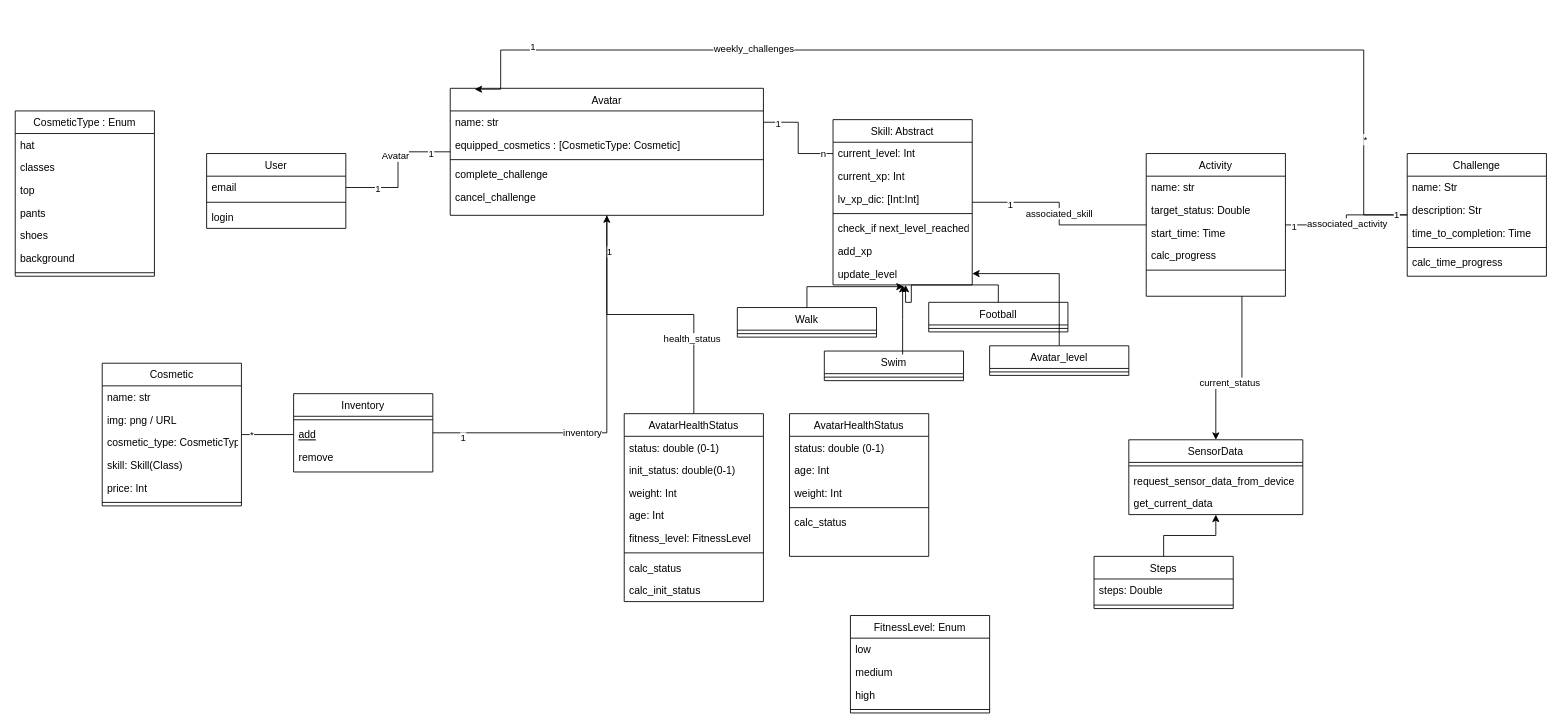
The draw.io diagram docs/class_diagramm_Fitamigo.drawio in pweissleder/junction23, before the edit. Source tidied: cells renumbered, new cells numbered last; positions are measured from the earlier drawing's top-left corner, leaving out a move shared by most shapes. Both pictures are drawn from the tidied source at 87%, with x=0, y=0 at pixel (15, 50).
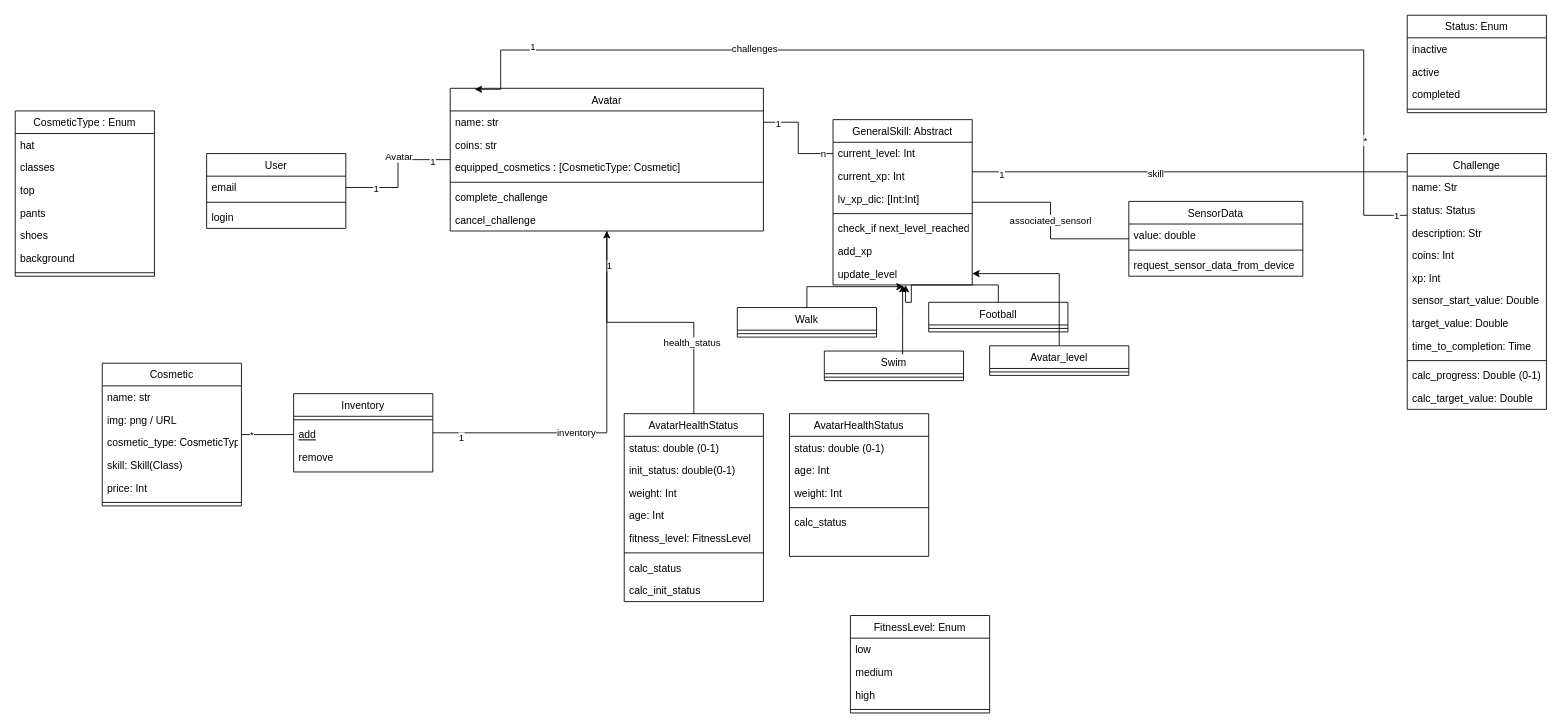
After the change.

Commit message (it also covers changes not shown here):
Adapted class diagram

The change refers to these unchanged cells:
```xml
<mxCell id="94" style="edgeStyle=orthogonalEdgeStyle;rounded=0;jettySize=auto;html=1;entryX=0.078;entryY=0.007;entryDx=0;entryDy=0;entryPerimeter=0;" parent="1" edge="1" source="66" target="18">
  <mxGeometry relative="1" as="geometry">
    <Array as="points">
      <mxPoint x="1550" y="190" />
      <mxPoint x="1550" />
      <mxPoint x="558" />
    </Array>
  </mxGeometry>
</mxCell>
```

What changed in the source:
```diff
@@
     <mxCell id="18" value="Avatar" style="swimlane;fontStyle=0;align=center;verticalAlign=top;horizontal=1;startSize=26;rounded=0;shadow=0;strokeWidth=1;" parent="1" vertex="1">
-      <mxGeometry x="500" y="44" width="360" height="146" as="geometry" />
+      <mxGeometry x="500" y="44" width="360" height="164" as="geometry" />
     </mxCell>
@@
+    <mxCell id="118" value="coins: str" style="text;align=left;verticalAlign=top;spacingLeft=4;spacingRight=4;overflow=hidden;" parent="18" vertex="1">
+      <mxGeometry y="52" width="360" height="26" as="geometry" />
+    </mxCell>
     <mxCell id="20" value="equipped_cosmetics : [CosmeticType: Cosmetic]" style="text;align=left;verticalAlign=top;spacingLeft=4;spacingRight=4;overflow=hidden;rounded=0;shadow=0;html=0;" parent="18" vertex="1">
-      <mxGeometry y="52" width="360" height="26" as="geometry" />
+      <mxGeometry y="78" width="360" height="26" as="geometry" />
     </mxCell>
     <mxCell id="21" style="line;html=1;strokeWidth=1;align=left;verticalAlign=middle;spacingTop=-1;spacingLeft=3;spacingRight=3;labelPosition=right;" parent="18" vertex="1">
-      <mxGeometry y="78" width="360" height="8" as="geometry" />
+      <mxGeometry y="104" width="360" height="8" as="geometry" />
     </mxCell>
     <mxCell id="22" value="complete_challenge" style="text;align=left;verticalAlign=top;spacingLeft=4;spacingRight=4;overflow=hidden;" parent="18" vertex="1">
-      <mxGeometry y="86" width="360" height="26" as="geometry" />
+      <mxGeometry y="112" width="360" height="26" as="geometry" />
     </mxCell>
     <mxCell id="23" value="cancel_challenge" style="text;align=left;verticalAlign=top;spacingLeft=4;spacingRight=4;overflow=hidden;" parent="18" vertex="1">
-      <mxGeometry y="112" width="360" height="26" as="geometry" />
+      <mxGeometry y="138" width="360" height="26" as="geometry" />
     </mxCell>
+    <mxCell id="119" style="edgeStyle=orthogonalEdgeStyle;rounded=0;jettySize=auto;html=1;endArrow=none;endFill=0;" parent="1" edge="1" source="24" target="66">
+      <mxGeometry relative="1" as="geometry">
+        <Array as="points">
+          <mxPoint x="1220" y="140" />
+          <mxPoint x="1220" y="140" />
+        </Array>
+      </mxGeometry>
+    </mxCell>
+    <mxCell id="120" value="1" style="edgeLabel;html=1;align=center;verticalAlign=middle;" parent="119" vertex="1">
+      <mxGeometry x="-0.87" y="-3" relative="1" as="geometry" />
+    </mxCell>
+    <mxCell id="121" value="skill" style="edgeLabel;html=1;align=center;verticalAlign=middle;" parent="119" vertex="1">
+      <mxGeometry x="-0.16" y="-2" relative="1" as="geometry" />
+    </mxCell>
-    <mxCell id="24" value="Skill: Abstract" style="swimlane;fontStyle=0;align=center;verticalAlign=top;horizontal=1;startSize=26;rounded=0;shadow=0;strokeWidth=1;" parent="1" vertex="1">
+    <mxCell id="24" value="GeneralSkill: Abstract" style="swimlane;fontStyle=0;align=center;verticalAlign=top;horizontal=1;startSize=26;rounded=0;shadow=0;strokeWidth=1;" parent="1" vertex="1">
       <mxGeometry x="940" y="80" width="160" height="190" as="geometry" />
     </mxCell>
@@
-    <mxCell id="47" value="associated_skill" style="edgeStyle=orthogonalEdgeStyle;rounded=0;jettySize=auto;html=1;endArrow=none;endFill=0;" parent="1" edge="1" source="51" target="24">
+    <mxCell id="47" value="associated_sensorl" style="edgeStyle=orthogonalEdgeStyle;rounded=0;jettySize=auto;html=1;endArrow=none;endFill=0;" parent="1" edge="1" source="83" target="24">
       <mxGeometry relative="1" as="geometry" />
     </mxCell>
-    <mxCell id="48" value="1" style="edgeLabel;html=1;align=center;verticalAlign=middle;" parent="47" vertex="1">
-      <mxGeometry x="0.62" y="2" relative="1" as="geometry" />
-    </mxCell>
-    <mxCell id="49" style="edgeStyle=orthogonalEdgeStyle;rounded=0;jettySize=auto;html=1;" parent="1" edge="1" source="51" target="83">
-      <mxGeometry relative="1" as="geometry">
-        <Array as="points">
-          <mxPoint x="1410" y="380" />
-          <mxPoint x="1380" y="380" />
-        </Array>
-      </mxGeometry>
-    </mxCell>
-    <mxCell id="50" value="current_status" style="edgeLabel;html=1;align=center;verticalAlign=middle;" parent="49" vertex="1">
-      <mxGeometry x="0.15" y="2" relative="1" as="geometry" />
-    </mxCell>
-    <mxCell id="51" value="Activity" style="swimlane;fontStyle=0;align=center;verticalAlign=top;horizontal=1;startSize=26;rounded=0;shadow=0;strokeWidth=1;" parent="1" vertex="1">
-      <mxGeometry x="1300" y="119" width="160" height="164" as="geometry" />
-    </mxCell>
-    <mxCell id="52" value="name: str" style="text;align=left;verticalAlign=top;spacingLeft=4;spacingRight=4;overflow=hidden;" parent="51" vertex="1">
-      <mxGeometry y="26" width="160" height="26" as="geometry" />
-    </mxCell>
-    <mxCell id="53" value="target_status: Double" style="text;align=left;verticalAlign=top;spacingLeft=4;spacingRight=4;overflow=hidden;" parent="51" vertex="1">
-      <mxGeometry y="52" width="160" height="26" as="geometry" />
-    </mxCell>
-    <mxCell id="54" value="start_time: Time" style="text;align=left;verticalAlign=top;spacingLeft=4;spacingRight=4;overflow=hidden;" parent="51" vertex="1">
-      <mxGeometry y="78" width="160" height="26" as="geometry" />
-    </mxCell>
-    <mxCell id="55" value="calc_progress" style="text;align=left;verticalAlign=top;spacingLeft=4;spacingRight=4;overflow=hidden;" parent="51" vertex="1">
-      <mxGeometry y="104" width="160" height="26" as="geometry" />
-    </mxCell>
-    <mxCell id="56" style="line;html=1;strokeWidth=1;align=left;verticalAlign=middle;spacingTop=-1;spacingLeft=3;spacingRight=3;labelPosition=right;" parent="51" vertex="1">
-      <mxGeometry y="130" width="160" height="8" as="geometry" />
-    </mxCell>
@@
     <mxCell id="66" value="Challenge" style="swimlane;fontStyle=0;align=center;verticalAlign=top;horizontal=1;startSize=26;rounded=0;shadow=0;strokeWidth=1;" parent="1" vertex="1">
-      <mxGeometry x="1600" y="119" width="160" height="141" as="geometry" />
+      <mxGeometry x="1600" y="119" width="160" height="294" as="geometry" />
     </mxCell>
@@
+    <mxCell id="122" value="status: Status" style="text;align=left;verticalAlign=top;spacingLeft=4;spacingRight=4;overflow=hidden;" parent="66" vertex="1">
+      <mxGeometry y="52" width="160" height="26" as="geometry" />
+    </mxCell>
+    <mxCell id="123" value="description: Str" style="text;align=left;verticalAlign=top;spacingLeft=4;spacingRight=4;overflow=hidden;" parent="66" vertex="1">
+      <mxGeometry y="78" width="160" height="26" as="geometry" />
+    </mxCell>
+    <mxCell id="124" value="coins: Int " style="text;align=left;verticalAlign=top;spacingLeft=4;spacingRight=4;overflow=hidden;" parent="66" vertex="1">
+      <mxGeometry y="104" width="160" height="26" as="geometry" />
+    </mxCell>
+    <mxCell id="125" value="xp: Int " style="text;align=left;verticalAlign=top;spacingLeft=4;spacingRight=4;overflow=hidden;" parent="66" vertex="1">
+      <mxGeometry y="130" width="160" height="26" as="geometry" />
+    </mxCell>
+    <mxCell id="126" value="sensor_start_value: Double" style="text;align=left;verticalAlign=top;spacingLeft=4;spacingRight=4;overflow=hidden;" parent="66" vertex="1">
+      <mxGeometry y="156" width="160" height="26" as="geometry" />
+    </mxCell>
-    <mxCell id="68" value="description: Str" style="text;align=left;verticalAlign=top;spacingLeft=4;spacingRight=4;overflow=hidden;" parent="66" vertex="1">
-      <mxGeometry y="52" width="160" height="26" as="geometry" />
+    <mxCell id="68" value="target_value: Double" style="text;align=left;verticalAlign=top;spacingLeft=4;spacingRight=4;overflow=hidden;" parent="66" vertex="1">
+      <mxGeometry y="182" width="160" height="26" as="geometry" />
     </mxCell>
     <mxCell id="69" value="time_to_completion: Time" style="text;align=left;verticalAlign=top;spacingLeft=4;spacingRight=4;overflow=hidden;" parent="66" vertex="1">
-      <mxGeometry y="78" width="160" height="26" as="geometry" />
+      <mxGeometry y="208" width="160" height="26" as="geometry" />
     </mxCell>
     <mxCell id="70" style="line;html=1;strokeWidth=1;align=left;verticalAlign=middle;spacingTop=-1;spacingLeft=3;spacingRight=3;labelPosition=right;" parent="66" vertex="1">
-      <mxGeometry y="104" width="160" height="8" as="geometry" />
+      <mxGeometry y="234" width="160" height="8" as="geometry" />
     </mxCell>
+    <mxCell id="127" value="calc_progress: Double (0-1)" style="text;align=left;verticalAlign=top;spacingLeft=4;spacingRight=4;overflow=hidden;" parent="66" vertex="1">
+      <mxGeometry y="242" width="160" height="26" as="geometry" />
+    </mxCell>
-    <mxCell id="71" value="calc_time_progress" style="text;align=left;verticalAlign=top;spacingLeft=4;spacingRight=4;overflow=hidden;" parent="66" vertex="1">
-      <mxGeometry y="112" width="160" height="26" as="geometry" />
+    <mxCell id="71" value="calc_target_value: Double" style="text;align=left;verticalAlign=top;spacingLeft=4;spacingRight=4;overflow=hidden;" parent="66" vertex="1">
+      <mxGeometry y="268" width="160" height="26" as="geometry" />
     </mxCell>
@@
     <mxCell id="83" value="SensorData" style="swimlane;fontStyle=0;align=center;verticalAlign=top;horizontal=1;startSize=26;rounded=0;shadow=0;strokeWidth=1;" parent="1" vertex="1">
-      <mxGeometry x="1280" y="448" width="200" height="86" as="geometry" />
+      <mxGeometry x="1280" y="174" width="200" height="86" as="geometry" />
     </mxCell>
+    <mxCell id="128" value="value: double" style="text;align=left;verticalAlign=top;spacingLeft=4;spacingRight=4;overflow=hidden;" parent="83" vertex="1">
+      <mxGeometry y="26" width="200" height="26" as="geometry" />
+    </mxCell>
     <mxCell id="84" style="line;html=1;strokeWidth=1;align=left;verticalAlign=middle;spacingTop=-1;spacingLeft=3;spacingRight=3;labelPosition=right;" parent="83" vertex="1">
-      <mxGeometry y="26" width="200" height="8" as="geometry" />
+      <mxGeometry y="52" width="200" height="8" as="geometry" />
     </mxCell>
     <mxCell id="85" value="request_sensor_data_from_device" style="text;align=left;verticalAlign=top;spacingLeft=4;spacingRight=4;overflow=hidden;" parent="83" vertex="1">
-      <mxGeometry y="34" width="200" height="26" as="geometry" />
+      <mxGeometry y="60" width="200" height="26" as="geometry" />
     </mxCell>
-    <mxCell id="86" value="get_current_data" style="text;align=left;verticalAlign=top;spacingLeft=4;spacingRight=4;overflow=hidden;" parent="83" vertex="1">
-      <mxGeometry y="60" width="200" height="26" as="geometry" />
-    </mxCell>
-    <mxCell id="87" style="edgeStyle=orthogonalEdgeStyle;rounded=0;jettySize=auto;html=1;endArrow=none;endFill=0;" parent="1" edge="1" source="66" target="51">
-      <mxGeometry relative="1" as="geometry" />
-    </mxCell>
-    <mxCell id="88" value="associated_activity" style="edgeLabel;html=1;align=center;verticalAlign=middle;" parent="87" vertex="1">
-      <mxGeometry x="0.06" relative="1" as="geometry" />
-    </mxCell>
-    <mxCell id="89" value="1" style="edgeLabel;html=1;align=center;verticalAlign=middle;" parent="87" vertex="1">
-      <mxGeometry x="0.88" y="1" relative="1" as="geometry" />
-    </mxCell>
-    <mxCell id="90" style="edgeStyle=orthogonalEdgeStyle;rounded=0;jettySize=auto;html=1;" parent="1" edge="1" source="91" target="83">
-      <mxGeometry relative="1" as="geometry" />
-    </mxCell>
-    <mxCell id="91" value="Steps" style="swimlane;fontStyle=0;align=center;verticalAlign=top;horizontal=1;startSize=26;rounded=0;shadow=0;strokeWidth=1;" parent="1" vertex="1">
-      <mxGeometry x="1240" y="582" width="160" height="60" as="geometry" />
-    </mxCell>
-    <mxCell id="92" value="steps: Double" style="text;align=left;verticalAlign=top;spacingLeft=4;spacingRight=4;overflow=hidden;" parent="91" vertex="1">
-      <mxGeometry y="26" width="160" height="26" as="geometry" />
-    </mxCell>
-    <mxCell id="93" style="line;html=1;strokeWidth=1;align=left;verticalAlign=middle;spacingTop=-1;spacingLeft=3;spacingRight=3;labelPosition=right;" parent="91" vertex="1">
-      <mxGeometry y="52" width="160" height="8" as="geometry" />
-    </mxCell>
@@
-    <mxCell id="95" value="weekly_challenges" style="edgeLabel;html=1;align=center;verticalAlign=middle;" parent="94" vertex="1">
+    <mxCell id="95" value="challenges" style="edgeLabel;html=1;align=center;verticalAlign=middle;" parent="94" vertex="1">
       <mxGeometry x="0.44" y="-2" relative="1" as="geometry" />
     </mxCell>
@@
+    <mxCell id="129" value="Status: Enum" style="swimlane;fontStyle=0;align=center;verticalAlign=top;horizontal=1;startSize=26;rounded=0;shadow=0;strokeWidth=1;" parent="1" vertex="1">
+      <mxGeometry x="1600" y="-40" width="160" height="112" as="geometry" />
+    </mxCell>
+    <mxCell id="130" value="inactive" style="text;align=left;verticalAlign=top;spacingLeft=4;spacingRight=4;overflow=hidden;" parent="129" vertex="1">
+      <mxGeometry y="26" width="160" height="26" as="geometry" />
+    </mxCell>
+    <mxCell id="131" value="active" style="text;align=left;verticalAlign=top;spacingLeft=4;spacingRight=4;overflow=hidden;" parent="129" vertex="1">
+      <mxGeometry y="52" width="160" height="26" as="geometry" />
+    </mxCell>
+    <mxCell id="132" value="completed" style="text;align=left;verticalAlign=top;spacingLeft=4;spacingRight=4;overflow=hidden;" parent="129" vertex="1">
+      <mxGeometry y="78" width="160" height="26" as="geometry" />
+    </mxCell>
+    <mxCell id="133" style="line;html=1;strokeWidth=1;align=left;verticalAlign=middle;spacingTop=-1;spacingLeft=3;spacingRight=3;labelPosition=right;" parent="129" vertex="1">
+      <mxGeometry y="104" width="160" height="8" as="geometry" />
+    </mxCell>
```
